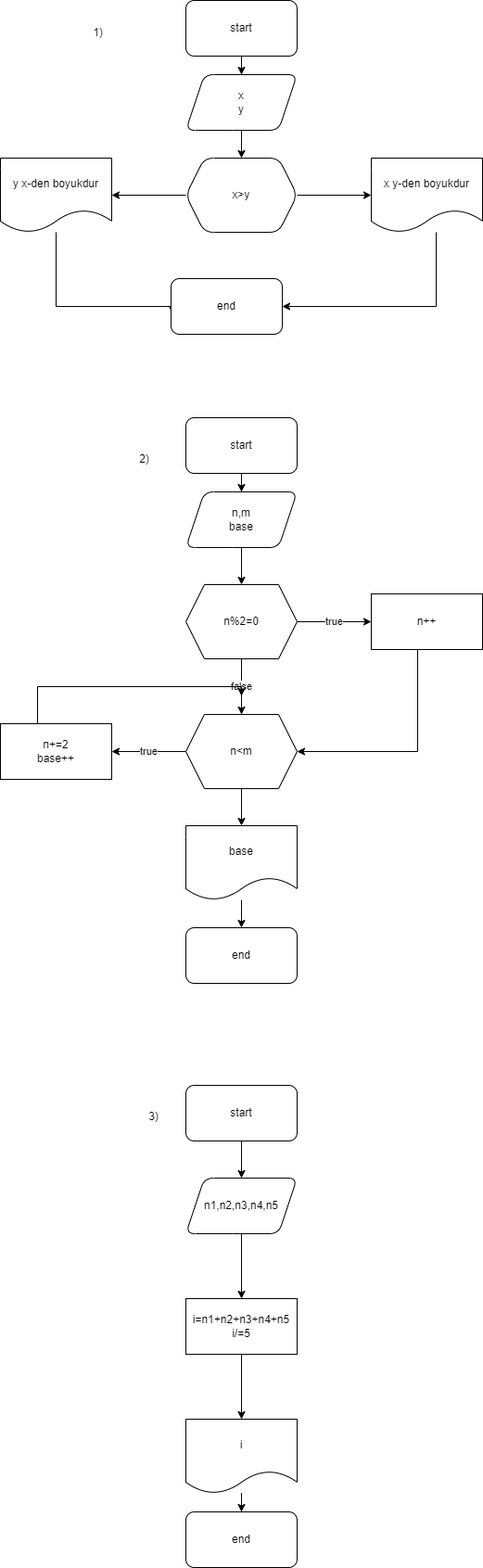
This is Başlıksız Diyagram.drawio.png from asmann18/diagramsnet-homework, a draw.io export, as it was before one commit. Source tidied: cells renumbered, new cells last; positions are measured from the earlier drawing's top-left corner, leaving out a move shared by most shapes.
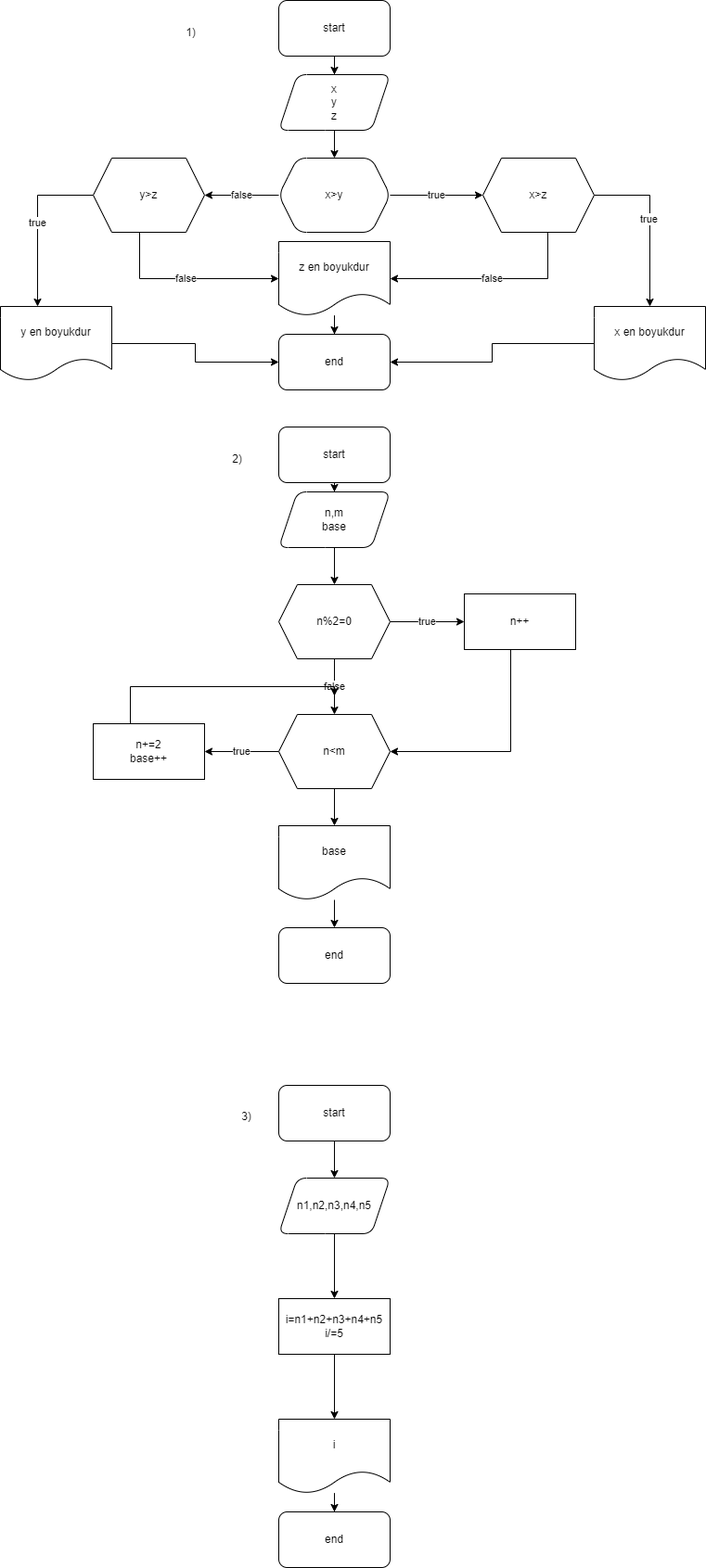
After the commit.

The edit, as a diff of the source:
```diff
@@ -11,41 +11,24 @@
     <mxCell id="4" style="edgeStyle=orthogonalEdgeStyle;rounded=0;jettySize=auto;html=1;" parent="1" edge="1" source="5" target="8">
       <mxGeometry relative="1" as="geometry" />
     </mxCell>
-    <mxCell id="5" value="x&lt;br&gt;y" style="shape=parallelogram;perimeter=parallelogramPerimeter;whiteSpace=wrap;html=1;fixedSize=1;rounded=1;" parent="1" vertex="1">
+    <mxCell id="5" value="x&lt;br&gt;y&lt;br&gt;z" style="shape=parallelogram;perimeter=parallelogramPerimeter;whiteSpace=wrap;html=1;fixedSize=1;rounded=1;" parent="1" vertex="1">
       <mxGeometry x="200" y="80" width="120" height="60" as="geometry" />
     </mxCell>
-    <mxCell id="6" style="edgeStyle=orthogonalEdgeStyle;rounded=0;jettySize=auto;html=1;" parent="1" edge="1" source="8" target="10">
-      <mxGeometry relative="1" as="geometry" />
+    <mxCell id="6" value="true" style="edgeStyle=orthogonalEdgeStyle;rounded=0;jettySize=auto;html=1;" parent="1" edge="1" source="8">
+      <mxGeometry relative="1" as="geometry">
+        <mxPoint x="420" y="210" as="targetPoint" />
+      </mxGeometry>
     </mxCell>
-    <mxCell id="7" style="edgeStyle=orthogonalEdgeStyle;rounded=0;jettySize=auto;html=1;" parent="1" edge="1" source="8" target="12">
-      <mxGeometry relative="1" as="geometry" />
+    <mxCell id="7" value="false" style="edgeStyle=orthogonalEdgeStyle;rounded=0;jettySize=auto;html=1;" parent="1" edge="1" source="8">
+      <mxGeometry relative="1" as="geometry">
+        <mxPoint x="120" y="210" as="targetPoint" />
+      </mxGeometry>
     </mxCell>
     <mxCell id="8" value="x&amp;gt;y" style="shape=hexagon;perimeter=hexagonPerimeter2;whiteSpace=wrap;html=1;fixedSize=1;rounded=1;" parent="1" vertex="1">
       <mxGeometry x="200" y="170" width="120" height="80" as="geometry" />
     </mxCell>
-    <mxCell id="9" style="edgeStyle=orthogonalEdgeStyle;rounded=0;jettySize=auto;html=1;entryX=1;entryY=0.5;entryDx=0;entryDy=0;" parent="1" edge="1" source="10" target="13">
-      <mxGeometry relative="1" as="geometry">
-        <Array as="points">
-          <mxPoint x="470" y="330" />
-        </Array>
-      </mxGeometry>
-    </mxCell>
-    <mxCell id="10" value="x y-den boyukdur" style="shape=document;whiteSpace=wrap;html=1;boundedLbl=1;rounded=1;" parent="1" vertex="1">
-      <mxGeometry x="400" y="170" width="120" height="80" as="geometry" />
-    </mxCell>
-    <mxCell id="11" style="edgeStyle=orthogonalEdgeStyle;rounded=0;jettySize=auto;html=1;entryX=0.017;entryY=0.644;entryDx=0;entryDy=0;entryPerimeter=0;" parent="1" edge="1" source="12" target="13">
-      <mxGeometry relative="1" as="geometry">
-        <Array as="points">
-          <mxPoint x="60" y="330" />
-          <mxPoint x="186" y="330" />
-        </Array>
-      </mxGeometry>
-    </mxCell>
-    <mxCell id="12" value="y x-den boyukdur" style="shape=document;whiteSpace=wrap;html=1;boundedLbl=1;rounded=1;" parent="1" vertex="1">
-      <mxGeometry y="170" width="120" height="80" as="geometry" />
-    </mxCell>
     <mxCell id="13" value="end" style="rounded=1;whiteSpace=wrap;html=1;" parent="1" vertex="1">
-      <mxGeometry x="184" y="300" width="120" height="60" as="geometry" />
+      <mxGeometry x="200" y="360" width="120" height="60" as="geometry" />
     </mxCell>
     <mxCell id="14" value="1)" style="text;html=1;align=center;verticalAlign=middle;strokeColor=none;fillColor=none;" parent="1" vertex="1">
       <mxGeometry x="90" y="20" width="30" height="30" as="geometry" />
@@ -54,7 +37,7 @@
       <mxGeometry relative="1" as="geometry" />
     </mxCell>
     <mxCell id="16" value="start" style="rounded=1;whiteSpace=wrap;html=1;" parent="1" vertex="1">
-      <mxGeometry x="200" y="450" width="120" height="60" as="geometry" />
+      <mxGeometry x="200" y="460" width="120" height="60" as="geometry" />
     </mxCell>
     <mxCell id="17" style="edgeStyle=orthogonalEdgeStyle;rounded=0;jettySize=auto;html=1;" parent="1" edge="1" source="18" target="21">
       <mxGeometry relative="1" as="geometry" />
@@ -147,5 +130,60 @@
     <mxCell id="42" value="3)" style="text;html=1;align=center;verticalAlign=middle;strokeColor=none;fillColor=none;" parent="1" vertex="1">
       <mxGeometry x="150" y="1189" width="30" height="30" as="geometry" />
     </mxCell>
+    <mxCell id="43" value="false" style="edgeStyle=orthogonalEdgeStyle;rounded=0;jettySize=auto;html=1;entryX=1;entryY=0.5;entryDx=0;entryDy=0;" parent="1" edge="1" source="46">
+      <mxGeometry relative="1" as="geometry">
+        <mxPoint x="320" y="300" as="targetPoint" />
+        <Array as="points">
+          <mxPoint x="490" y="300" />
+        </Array>
+      </mxGeometry>
+    </mxCell>
+    <mxCell id="44" style="edgeStyle=orthogonalEdgeStyle;rounded=0;jettySize=auto;html=1;" parent="1" edge="1" source="46" target="53">
+      <mxGeometry relative="1" as="geometry">
+        <Array as="points">
+          <mxPoint x="600" y="210" />
+        </Array>
+      </mxGeometry>
+    </mxCell>
+    <mxCell id="45" value="true" style="edgeLabel;html=1;align=center;verticalAlign=middle;" parent="44" vertex="1">
+      <mxGeometry x="-0.06" y="-2" relative="1" as="geometry" />
+    </mxCell>
+    <mxCell id="46" value="x&amp;gt;z" style="shape=hexagon;perimeter=hexagonPerimeter2;whiteSpace=wrap;html=1;fixedSize=1;" parent="1" vertex="1">
+      <mxGeometry x="420" y="170" width="120" height="80" as="geometry" />
+    </mxCell>
+    <mxCell id="47" value="false" style="edgeStyle=orthogonalEdgeStyle;rounded=0;jettySize=auto;html=1;entryX=0;entryY=0.5;entryDx=0;entryDy=0;" parent="1" edge="1" source="49">
+      <mxGeometry relative="1" as="geometry">
+        <mxPoint x="200" y="300" as="targetPoint" />
+        <Array as="points">
+          <mxPoint x="50" y="300" />
+        </Array>
+      </mxGeometry>
+    </mxCell>
+    <mxCell id="48" value="true" style="edgeStyle=orthogonalEdgeStyle;rounded=0;jettySize=auto;html=1;" parent="1" edge="1" source="49">
+      <mxGeometry relative="1" as="geometry">
+        <mxPoint x="-60" y="330" as="targetPoint" />
+      </mxGeometry>
+    </mxCell>
+    <mxCell id="49" value="y&amp;gt;z" style="shape=hexagon;perimeter=hexagonPerimeter2;whiteSpace=wrap;html=1;fixedSize=1;" parent="1" vertex="1">
+      <mxGeometry y="170" width="120" height="80" as="geometry" />
+    </mxCell>
+    <mxCell id="50" style="edgeStyle=orthogonalEdgeStyle;rounded=0;jettySize=auto;html=1;" parent="1" edge="1" source="51" target="13">
+      <mxGeometry relative="1" as="geometry" />
+    </mxCell>
+    <mxCell id="51" value="z en boyukdur" style="shape=document;whiteSpace=wrap;html=1;boundedLbl=1;" parent="1" vertex="1">
+      <mxGeometry x="200" y="260" width="120" height="80" as="geometry" />
+    </mxCell>
+    <mxCell id="52" style="edgeStyle=orthogonalEdgeStyle;rounded=0;jettySize=auto;html=1;" parent="1" edge="1" source="53" target="13">
+      <mxGeometry relative="1" as="geometry" />
+    </mxCell>
+    <mxCell id="53" value="x en boyukdur" style="shape=document;whiteSpace=wrap;html=1;boundedLbl=1;" parent="1" vertex="1">
+      <mxGeometry x="540" y="330" width="120" height="80" as="geometry" />
+    </mxCell>
+    <mxCell id="54" style="edgeStyle=orthogonalEdgeStyle;rounded=0;jettySize=auto;html=1;" parent="1" edge="1" source="55" target="13">
+      <mxGeometry relative="1" as="geometry" />
+    </mxCell>
+    <mxCell id="55" value="y en boyukdur" style="shape=document;whiteSpace=wrap;html=1;boundedLbl=1;" parent="1" vertex="1">
+      <mxGeometry x="-100" y="330" width="120" height="80" as="geometry" />
+    </mxCell>
   </root>
 </mxGraphModel>
```
